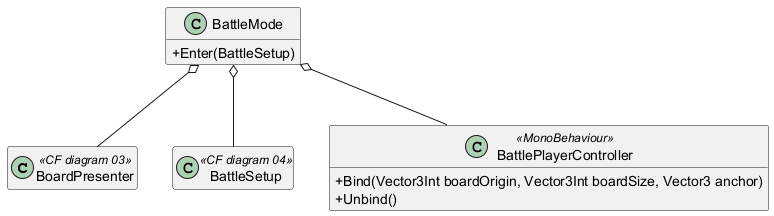
Before: Architecture/diagrams/Battle Mode.png, a diagram exported from PlantUML (EreliaStudio/Erelia).
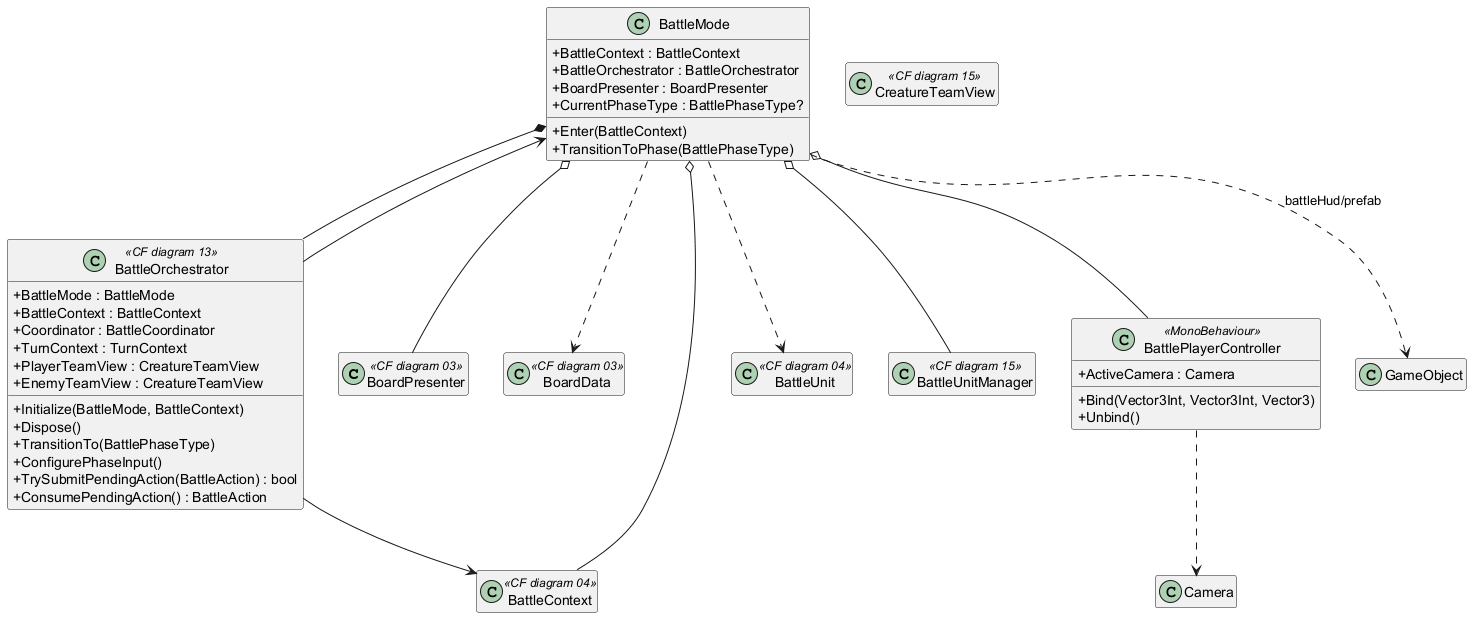
The same diagram one commit later.

The edit, as a diff of the source:
```diff
@@ -1,22 +1,56 @@
 @startuml Battle Mode
 
 skinparam classAttributeIconSize 0
+skinparam shadowing false
 hide empty members
 
 class BoardPresenter <<CF diagram 03>> {}
-class BattleSetup <<CF diagram 04>> {}
+class BoardData <<CF diagram 03>> {}
+class BattleContext <<CF diagram 04>> {}
+class BattleUnit <<CF diagram 04>> {}
+class BattleUnitManager <<CF diagram 15>> {}
+class CreatureTeamView <<CF diagram 15>> {}
 
 class BattlePlayerController <<MonoBehaviour>> {
-  +Bind(Vector3Int boardOrigin, Vector3Int boardSize, Vector3 anchor)
+  +ActiveCamera : Camera
+  +Bind(Vector3Int, Vector3Int, Vector3)
   +Unbind()
 }
 
-class BattleMode {
-  +Enter(BattleSetup)
+class BattleOrchestrator <<CF diagram 13>> {
+  +BattleMode : BattleMode
+  +BattleContext : BattleContext
+  +Coordinator : BattleCoordinator
+  +TurnContext : TurnContext
+  +PlayerTeamView : CreatureTeamView
+  +EnemyTeamView : CreatureTeamView
+  +Initialize(BattleMode, BattleContext)
+  +Dispose()
+  +TransitionTo(BattlePhaseType)
+  +ConfigurePhaseInput()
+  +TrySubmitPendingAction(BattleAction) : bool
+  +ConsumePendingAction() : BattleAction
 }
 
+class BattleMode {
+  +BattleContext : BattleContext
+  +BattleOrchestrator : BattleOrchestrator
+  +BoardPresenter : BoardPresenter
+  +CurrentPhaseType : BattlePhaseType?
+  +Enter(BattleContext)
+  +TransitionToPhase(BattlePhaseType)
+}
+
+BattleMode o-- BattleContext
 BattleMode o-- BoardPresenter
 BattleMode o-- BattlePlayerController
-BattleMode o-- BattleSetup
+BattleMode *-- BattleOrchestrator
+BattleMode o-- BattleUnitManager
+BattleMode ..> BoardData
+BattleMode ..> BattleUnit
+BattleMode ..> GameObject : battleHud/prefab
+BattleOrchestrator --> BattleContext
+BattleOrchestrator --> BattleMode
+BattlePlayerController ..> Camera
 
 @enduml
```
